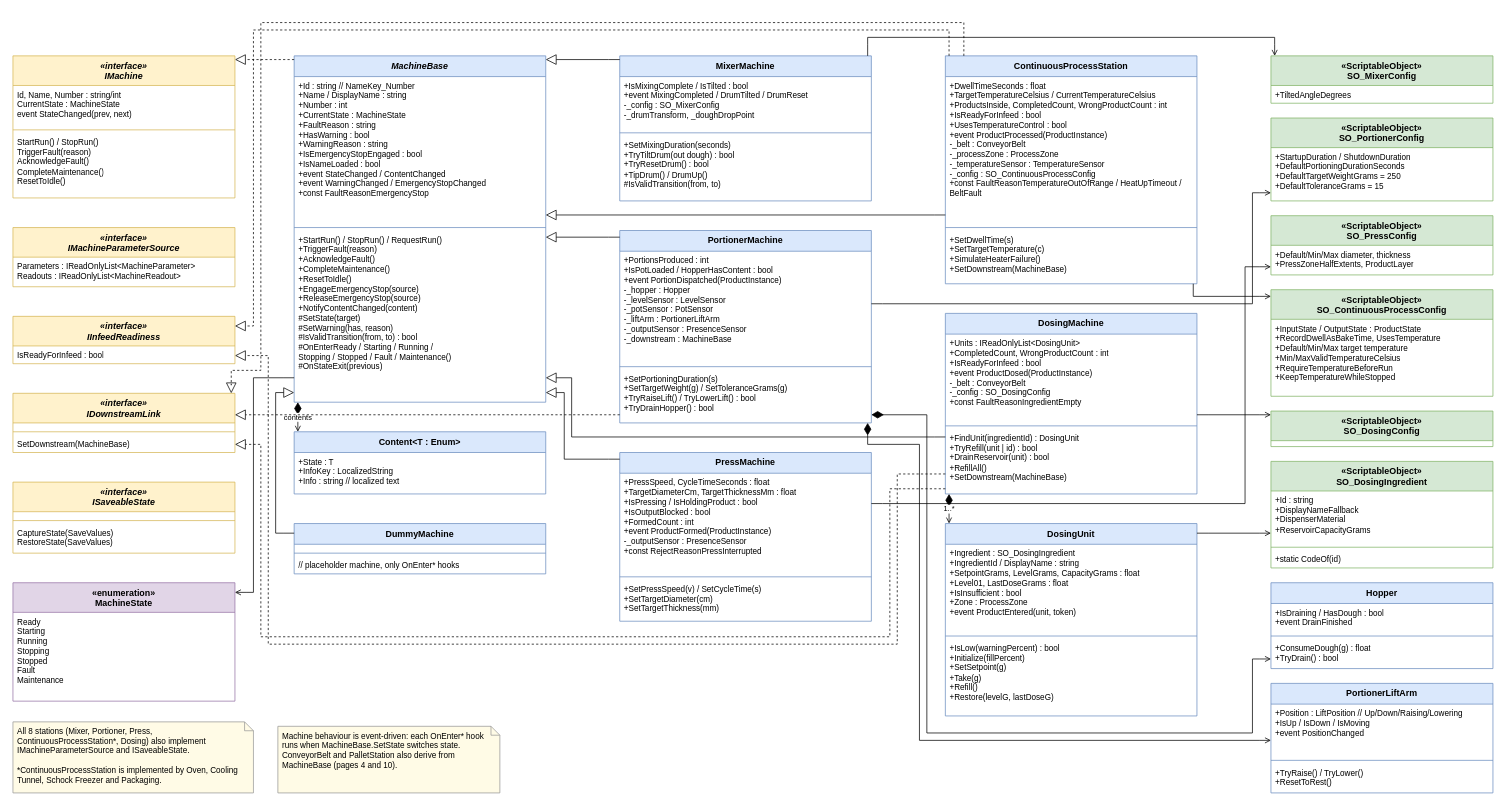
Earlier version of the draw.io diagram page "3 Machines" (3 of 11) of Docs/UML/FPS-UML.drawio (letusgetLogic/food-production-simulator). Source tidied: cells renumbered, new cells numbered last; positions are measured from the earlier drawing's top-left corner, leaving out a move shared by most shapes. Both pictures are drawn from the tidied source at 74%, with x=0, y=0 at pixel (13, 22).
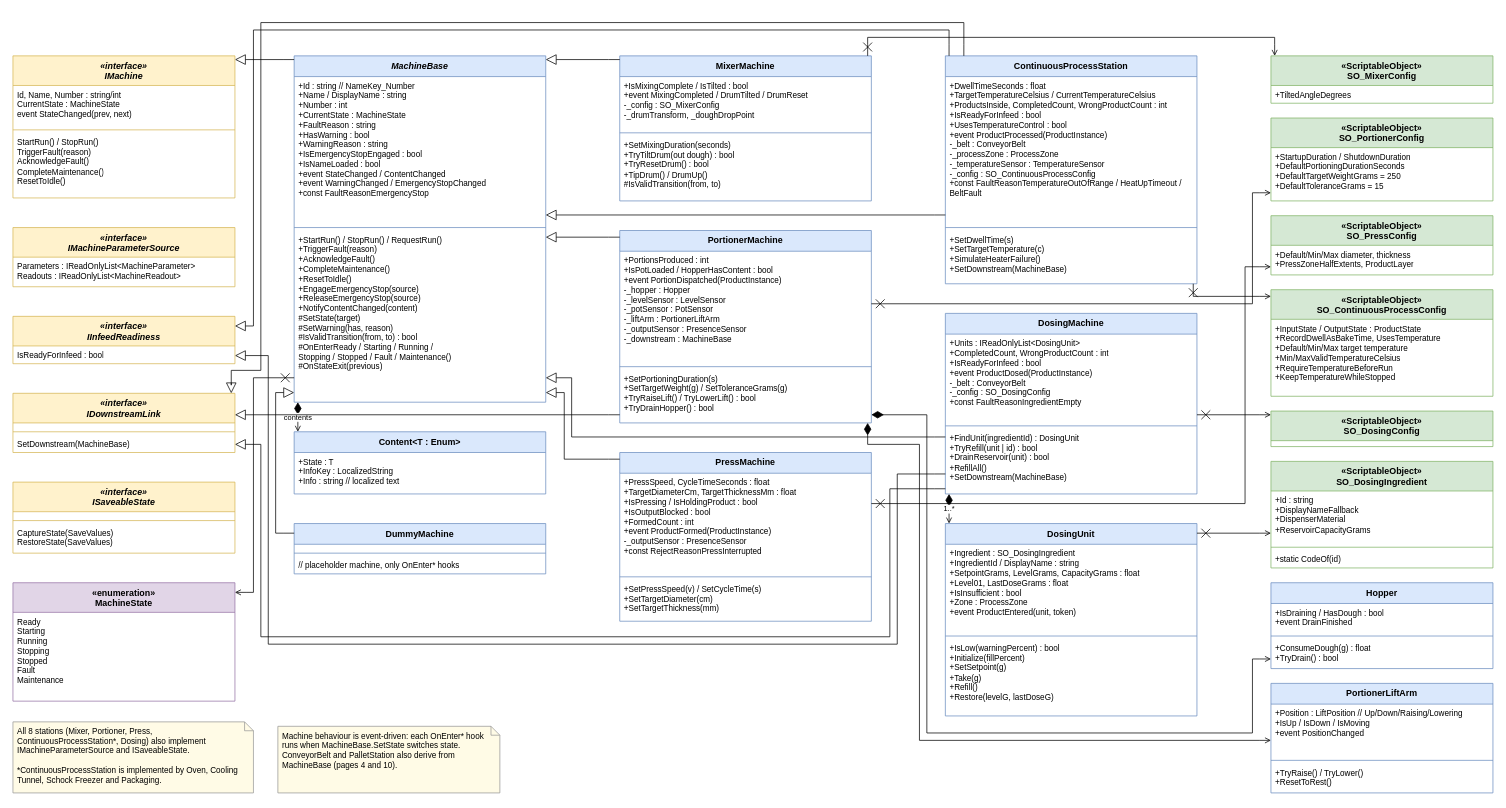
The same diagram, later.

Unchanged cells that the change refers to:
```xml
<mxCell id="2" value="«interface»&lt;br&gt;IMachine" style="swimlane;fontStyle=3;align=center;verticalAlign=top;horizontal=1;startSize=40;whiteSpace=wrap;html=1;fillColor=#fff2cc;strokeColor=#d6b656;" parent="1" vertex="1">
  <mxGeometry y="45" width="300" height="192" as="geometry" />
</mxCell>
<mxCell id="8" value="«interface»&lt;br&gt;IInfeedReadiness" style="swimlane;fontStyle=3;align=center;verticalAlign=top;horizontal=1;startSize=40;whiteSpace=wrap;html=1;fillColor=#fff2cc;strokeColor=#d6b656;" parent="1" vertex="1">
  <mxGeometry y="397" width="300" height="64" as="geometry" />
</mxCell>
<mxCell id="10" value="«interface»&lt;br&gt;IDownstreamLink" style="swimlane;fontStyle=3;align=center;verticalAlign=top;horizontal=1;startSize=40;whiteSpace=wrap;html=1;fillColor=#fff2cc;strokeColor=#d6b656;" parent="1" vertex="1">
  <mxGeometry y="501" width="300" height="80" as="geometry" />
</mxCell>
<mxCell id="18" value="«enumeration»&lt;br&gt;MachineState" style="swimlane;fontStyle=1;align=center;verticalAlign=top;horizontal=1;startSize=40;whiteSpace=wrap;html=1;fillColor=#e1d5e7;strokeColor=#9673a6;" parent="1" vertex="1">
  <mxGeometry y="757" width="300" height="160" as="geometry" />
</mxCell>
<mxCell id="20" value="MachineBase" style="swimlane;fontStyle=3;align=center;verticalAlign=top;horizontal=1;startSize=28;whiteSpace=wrap;html=1;fillColor=#dae8fc;strokeColor=#6c8ebf;" parent="1" vertex="1">
  <mxGeometry x="380" y="45" width="340" height="468" as="geometry" />
</mxCell>
<mxCell id="30" value="MixerMachine" style="swimlane;fontStyle=1;align=center;verticalAlign=top;horizontal=1;startSize=28;whiteSpace=wrap;html=1;fillColor=#dae8fc;strokeColor=#6c8ebf;" parent="1" vertex="1">
  <mxGeometry x="820" y="45" width="340" height="196" as="geometry" />
</mxCell>
<mxCell id="34" value="PortionerMachine" style="swimlane;fontStyle=1;align=center;verticalAlign=top;horizontal=1;startSize=28;whiteSpace=wrap;html=1;fillColor=#dae8fc;strokeColor=#6c8ebf;" parent="1" vertex="1">
  <mxGeometry x="820" y="281" width="340" height="260" as="geometry" />
</mxCell>
<mxCell id="38" value="PressMachine" style="swimlane;fontStyle=1;align=center;verticalAlign=top;horizontal=1;startSize=28;whiteSpace=wrap;html=1;fillColor=#dae8fc;strokeColor=#6c8ebf;" parent="1" vertex="1">
  <mxGeometry x="820" y="581" width="340" height="228" as="geometry" />
</mxCell>
<mxCell id="42" value="ContinuousProcessStation" style="swimlane;fontStyle=1;align=center;verticalAlign=top;horizontal=1;startSize=28;whiteSpace=wrap;html=1;fillColor=#dae8fc;strokeColor=#6c8ebf;" parent="1" vertex="1">
  <mxGeometry x="1260" y="45" width="340" height="308" as="geometry" />
</mxCell>
<mxCell id="46" value="DosingMachine" style="swimlane;fontStyle=1;align=center;verticalAlign=top;horizontal=1;startSize=28;whiteSpace=wrap;html=1;fillColor=#dae8fc;strokeColor=#6c8ebf;" parent="1" vertex="1">
  <mxGeometry x="1260" y="393" width="340" height="244" as="geometry" />
</mxCell>
<mxCell id="50" value="DosingUnit" style="swimlane;fontStyle=1;align=center;verticalAlign=top;horizontal=1;startSize=28;whiteSpace=wrap;html=1;fillColor=#dae8fc;strokeColor=#6c8ebf;" parent="1" vertex="1">
  <mxGeometry x="1260" y="677" width="340" height="260" as="geometry" />
</mxCell>
<mxCell id="54" value="«ScriptableObject»&lt;br&gt;SO_MixerConfig" style="swimlane;fontStyle=1;align=center;verticalAlign=top;horizontal=1;startSize=40;whiteSpace=wrap;html=1;fillColor=#d5e8d4;strokeColor=#82b366;" parent="1" vertex="1">
  <mxGeometry x="1700" y="45" width="300" height="64" as="geometry" />
</mxCell>
<mxCell id="56" value="«ScriptableObject»&lt;br&gt;SO_PortionerConfig" style="swimlane;fontStyle=1;align=center;verticalAlign=top;horizontal=1;startSize=40;whiteSpace=wrap;html=1;fillColor=#d5e8d4;strokeColor=#82b366;" parent="1" vertex="1">
  <mxGeometry x="1700" y="129" width="300" height="112" as="geometry" />
</mxCell>
<mxCell id="58" value="«ScriptableObject»&lt;br&gt;SO_PressConfig" style="swimlane;fontStyle=1;align=center;verticalAlign=top;horizontal=1;startSize=40;whiteSpace=wrap;html=1;fillColor=#d5e8d4;strokeColor=#82b366;" parent="1" vertex="1">
  <mxGeometry x="1700" y="261" width="300" height="80" as="geometry" />
</mxCell>
<mxCell id="60" value="«ScriptableObject»&lt;br&gt;SO_ContinuousProcessConfig" style="swimlane;fontStyle=1;align=center;verticalAlign=top;horizontal=1;startSize=40;whiteSpace=wrap;html=1;fillColor=#d5e8d4;strokeColor=#82b366;" parent="1" vertex="1">
  <mxGeometry x="1700" y="361" width="300" height="144" as="geometry" />
</mxCell>
<mxCell id="62" value="«ScriptableObject»&lt;br&gt;SO_DosingConfig" style="swimlane;fontStyle=1;align=center;verticalAlign=top;horizontal=1;startSize=40;whiteSpace=wrap;html=1;fillColor=#d5e8d4;strokeColor=#82b366;" parent="1" vertex="1">
  <mxGeometry x="1700" y="525" width="300" height="48" as="geometry" />
</mxCell>
<mxCell id="64" value="«ScriptableObject»&lt;br&gt;SO_DosingIngredient" style="swimlane;fontStyle=1;align=center;verticalAlign=top;horizontal=1;startSize=40;whiteSpace=wrap;html=1;fillColor=#d5e8d4;strokeColor=#82b366;" parent="1" vertex="1">
  <mxGeometry x="1700" y="593" width="300" height="144" as="geometry" />
</mxCell>
```

What changed in the source:
```diff
@@
-    <mxCell id="81" style="html=1;rounded=0;fontSize=10;labelBackgroundColor=#ffffff;edgeStyle=none;endArrow=open;endFill=0;exitX=1.0000;exitY=0.5615;exitDx=0;exitDy=0;entryX=0.0000;entryY=0.1042;entryDx=0;entryDy=0;" parent="1" edge="1" source="46" target="62">
+    <mxCell id="81" style="html=1;rounded=0;fontSize=10;labelBackgroundColor=#ffffff;edgeStyle=none;endArrow=open;endFill=0;exitX=1.0000;exitY=0.5615;exitDx=0;exitDy=0;entryX=0.0000;entryY=0.1042;entryDx=0;entryDy=0;startArrow=cross;startSize=10;startFill=0;" parent="1" edge="1" source="46" target="62">
       <mxGeometry relative="1" as="geometry">
         <Array as="points">
           <mxPoint x="1615" y="530" />
           <mxPoint x="1685" y="530" />
         </Array>
       </mxGeometry>
     </mxCell>
-    <mxCell id="82" style="html=1;rounded=0;fontSize=10;labelBackgroundColor=#ffffff;edgeStyle=none;endArrow=block;endFill=0;endSize=12;dashed=1;exitX=0.0000;exitY=0.0107;exitDx=0;exitDy=0;entryX=1.0000;entryY=0.0260;entryDx=0;entryDy=0;" parent="1" edge="1" source="20" target="2">
+    <mxCell id="82" style="html=1;rounded=0;fontSize=10;labelBackgroundColor=#ffffff;edgeStyle=none;endArrow=block;endFill=0;endSize=12;exitX=0.0000;exitY=0.0107;exitDx=0;exitDy=0;entryX=1.0000;entryY=0.0260;entryDx=0;entryDy=0;" parent="1" edge="1" source="20" target="2">
       <mxGeometry relative="1" as="geometry">
         <Array as="points">
           <mxPoint x="365" y="50" />
           <mxPoint x="315" y="50" />
         </Array>
       </mxGeometry>
     </mxCell>
-    <mxCell id="83" style="html=1;rounded=0;fontSize=10;labelBackgroundColor=#ffffff;edgeStyle=none;endArrow=open;endFill=0;exitX=1.0000;exitY=0.0500;exitDx=0;exitDy=0;entryX=0.0000;entryY=0.6736;entryDx=0;entryDy=0;" parent="1" edge="1" source="50" target="64">
+    <mxCell id="83" style="html=1;rounded=0;fontSize=10;labelBackgroundColor=#ffffff;edgeStyle=none;endArrow=open;endFill=0;exitX=1.0000;exitY=0.0500;exitDx=0;exitDy=0;entryX=0.0000;entryY=0.6736;entryDx=0;entryDy=0;startArrow=cross;startSize=10;startFill=0;" parent="1" edge="1" source="50" target="64">
       <mxGeometry relative="1" as="geometry">
         <Array as="points">
           <mxPoint x="1615" y="690" />
           <mxPoint x="1685" y="690" />
         </Array>
       </mxGeometry>
     </mxCell>
@@
-    <mxCell id="86" style="html=1;rounded=0;fontSize=10;labelBackgroundColor=#ffffff;edgeStyle=none;endArrow=open;endFill=0;exitX=0.9853;exitY=1.0000;exitDx=0;exitDy=0;entryX=0.0000;entryY=0.0625;entryDx=0;entryDy=0;" parent="1" edge="1" source="42" target="60">
+    <mxCell id="86" style="html=1;rounded=0;fontSize=10;labelBackgroundColor=#ffffff;edgeStyle=none;endArrow=open;endFill=0;exitX=0.9853;exitY=1.0000;exitDx=0;exitDy=0;entryX=0.0000;entryY=0.0625;entryDx=0;entryDy=0;startArrow=cross;startSize=10;startFill=0;" parent="1" edge="1" source="42" target="60">
       <mxGeometry relative="1" as="geometry">
         <Array as="points">
           <mxPoint x="1595" y="370" />
           <mxPoint x="1685" y="370" />
         </Array>
       </mxGeometry>
     </mxCell>
@@
-    <mxCell id="88" style="html=1;rounded=0;fontSize=10;labelBackgroundColor=#ffffff;edgeStyle=none;endArrow=open;endFill=0;exitX=0.9853;exitY=0.0000;exitDx=0;exitDy=0;entryX=0.0167;entryY=0.0000;entryDx=0;entryDy=0;" parent="1" edge="1" source="30" target="54">
+    <mxCell id="88" style="html=1;rounded=0;fontSize=10;labelBackgroundColor=#ffffff;edgeStyle=none;endArrow=open;endFill=0;exitX=0.9853;exitY=0.0000;exitDx=0;exitDy=0;entryX=0.0167;entryY=0.0000;entryDx=0;entryDy=0;startArrow=cross;startSize=10;startFill=0;" parent="1" edge="1" source="30" target="54">
       <mxGeometry relative="1" as="geometry">
         <Array as="points">
           <mxPoint x="1155" y="30" />
           <mxPoint x="1155" y="20" />
           <mxPoint x="1705" y="20" />
           <mxPoint x="1705" y="30" />
         </Array>
       </mxGeometry>
     </mxCell>
-    <mxCell id="89" style="html=1;rounded=0;fontSize=10;labelBackgroundColor=#ffffff;edgeStyle=none;endArrow=open;endFill=0;exitX=0.0000;exitY=0.9295;exitDx=0;exitDy=0;entryX=1.0000;entryY=0.0813;entryDx=0;entryDy=0;" parent="1" edge="1" source="20" target="18">
+    <mxCell id="89" style="html=1;rounded=0;fontSize=10;labelBackgroundColor=#ffffff;edgeStyle=none;endArrow=open;endFill=0;exitX=0.0000;exitY=0.9295;exitDx=0;exitDy=0;entryX=1.0000;entryY=0.0813;entryDx=0;entryDy=0;startArrow=cross;startSize=10;startFill=0;" parent="1" edge="1" source="20" target="18">
       <mxGeometry relative="1" as="geometry">
         <Array as="points">
           <mxPoint x="365" y="480" />
           <mxPoint x="325" y="480" />
           <mxPoint x="325" y="770" />
           <mxPoint x="315" y="770" />
         </Array>
       </mxGeometry>
     </mxCell>
@@
-    <mxCell id="91" style="html=1;rounded=0;fontSize=10;labelBackgroundColor=#ffffff;edgeStyle=none;endArrow=block;endFill=0;endSize=12;dashed=1;exitX=0.0000;exitY=0.9577;exitDx=0;exitDy=0;entryX=1.0000;entryY=0.3625;entryDx=0;entryDy=0;" parent="1" edge="1" source="34" target="10">
+    <mxCell id="91" style="html=1;rounded=0;fontSize=10;labelBackgroundColor=#ffffff;edgeStyle=none;endArrow=block;endFill=0;endSize=12;exitX=0.0000;exitY=0.9577;exitDx=0;exitDy=0;entryX=1.0000;entryY=0.3625;entryDx=0;entryDy=0;" parent="1" edge="1" source="34" target="10">
       <mxGeometry relative="1" as="geometry">
         <Array as="points">
           <mxPoint x="805" y="530" />
           <mxPoint x="315" y="530" />
         </Array>
       </mxGeometry>
     </mxCell>
-    <mxCell id="92" style="html=1;rounded=0;fontSize=10;labelBackgroundColor=#ffffff;edgeStyle=none;endArrow=open;endFill=0;exitX=1.0000;exitY=0.3808;exitDx=0;exitDy=0;entryX=0.0000;entryY=0.9018;entryDx=0;entryDy=0;" parent="1" edge="1" source="34" target="56">
+    <mxCell id="92" style="html=1;rounded=0;fontSize=10;labelBackgroundColor=#ffffff;edgeStyle=none;endArrow=open;endFill=0;exitX=1.0000;exitY=0.3808;exitDx=0;exitDy=0;entryX=0.0000;entryY=0.9018;entryDx=0;entryDy=0;startArrow=cross;startSize=10;startFill=0;" parent="1" edge="1" source="34" target="56">
       <mxGeometry relative="1" as="geometry">
         <Array as="points">
           <mxPoint x="1175" y="380" />
           <mxPoint x="1675" y="380" />
           <mxPoint x="1675" y="230" />
           <mxPoint x="1685" y="230" />
         </Array>
       </mxGeometry>
     </mxCell>
@@
-    <mxCell id="94" style="html=1;rounded=0;fontSize=10;labelBackgroundColor=#ffffff;edgeStyle=none;endArrow=open;endFill=0;exitX=1.0000;exitY=0.3026;exitDx=0;exitDy=0;entryX=0.0000;entryY=0.8625;entryDx=0;entryDy=0;" parent="1" edge="1" source="38" target="58">
+    <mxCell id="94" style="html=1;rounded=0;fontSize=10;labelBackgroundColor=#ffffff;edgeStyle=none;endArrow=open;endFill=0;exitX=1.0000;exitY=0.3026;exitDx=0;exitDy=0;entryX=0.0000;entryY=0.8625;entryDx=0;entryDy=0;startArrow=cross;startSize=10;startFill=0;" parent="1" edge="1" source="38" target="58">
       <mxGeometry relative="1" as="geometry">
         <Array as="points">
           <mxPoint x="1175" y="650" />
           <mxPoint x="1665" y="650" />
           <mxPoint x="1665" y="330" />
           <mxPoint x="1685" y="330" />
         </Array>
       </mxGeometry>
     </mxCell>
@@
-    <mxCell id="96" style="html=1;rounded=0;fontSize=10;labelBackgroundColor=#ffffff;edgeStyle=none;endArrow=block;endFill=0;endSize=12;dashed=1;exitX=0.0000;exitY=0.9713;exitDx=0;exitDy=0;entryX=1.0000;entryY=0.8625;entryDx=0;entryDy=0;" parent="1" edge="1" source="46" target="10">
+    <mxCell id="96" style="html=1;rounded=0;fontSize=10;labelBackgroundColor=#ffffff;edgeStyle=none;endArrow=block;endFill=0;endSize=12;exitX=0.0000;exitY=0.9713;exitDx=0;exitDy=0;entryX=1.0000;entryY=0.8625;entryDx=0;entryDy=0;" parent="1" edge="1" source="46" target="10">
       <mxGeometry relative="1" as="geometry">
         <Array as="points">
           <mxPoint x="1245" y="630" />
           <mxPoint x="1185" y="630" />
           <mxPoint x="1185" y="830" />
           <mxPoint x="335" y="830" />
           <mxPoint x="335" y="570" />
           <mxPoint x="315" y="570" />
         </Array>
       </mxGeometry>
     </mxCell>
-    <mxCell id="97" style="html=1;rounded=0;fontSize=10;labelBackgroundColor=#ffffff;edgeStyle=none;endArrow=block;endFill=0;endSize=12;dashed=1;exitX=0.0000;exitY=0.8893;exitDx=0;exitDy=0;entryX=1.0000;entryY=0.8281;entryDx=0;entryDy=0;" parent="1" edge="1" source="46" target="8">
+    <mxCell id="97" style="html=1;rounded=0;fontSize=10;labelBackgroundColor=#ffffff;edgeStyle=none;endArrow=block;endFill=0;endSize=12;exitX=0.0000;exitY=0.8893;exitDx=0;exitDy=0;entryX=1.0000;entryY=0.8281;entryDx=0;entryDy=0;" parent="1" edge="1" source="46" target="8">
       <mxGeometry relative="1" as="geometry">
         <Array as="points">
           <mxPoint x="1245" y="610" />
           <mxPoint x="1195" y="610" />
           <mxPoint x="1195" y="840" />
           <mxPoint x="345" y="840" />
           <mxPoint x="345" y="450" />
           <mxPoint x="315" y="450" />
         </Array>
       </mxGeometry>
     </mxCell>
@@
-    <mxCell id="99" style="html=1;rounded=0;fontSize=10;labelBackgroundColor=#ffffff;edgeStyle=none;endArrow=block;endFill=0;endSize=12;dashed=1;exitX=0.0147;exitY=0.0000;exitDx=0;exitDy=0;entryX=1.0000;entryY=0.2031;entryDx=0;entryDy=0;" parent="1" edge="1" source="42" target="8">
+    <mxCell id="99" style="html=1;rounded=0;fontSize=10;labelBackgroundColor=#ffffff;edgeStyle=none;endArrow=block;endFill=0;endSize=12;exitX=0.0147;exitY=0.0000;exitDx=0;exitDy=0;entryX=1.0000;entryY=0.2031;entryDx=0;entryDy=0;" parent="1" edge="1" source="42" target="8">
       <mxGeometry relative="1" as="geometry">
         <Array as="points">
           <mxPoint x="1265" y="30" />
           <mxPoint x="1265" y="10" />
           <mxPoint x="325" y="10" />
           <mxPoint x="325" y="410" />
           <mxPoint x="315" y="410" />
         </Array>
       </mxGeometry>
     </mxCell>
-    <mxCell id="100" style="html=1;rounded=0;fontSize=10;labelBackgroundColor=#ffffff;edgeStyle=none;endArrow=block;endFill=0;endSize=12;dashed=1;exitX=0.0735;exitY=0.0000;exitDx=0;exitDy=0;entryX=0.9833;entryY=0.0000;entryDx=0;entryDy=0;" parent="1" edge="1" source="42" target="10">
+    <mxCell id="100" style="html=1;rounded=0;fontSize=10;labelBackgroundColor=#ffffff;edgeStyle=none;endArrow=block;endFill=0;endSize=12;exitX=0.0735;exitY=0.0000;exitDx=0;exitDy=0;entryX=0.9833;entryY=0.0000;entryDx=0;entryDy=0;" parent="1" edge="1" source="42" target="10">
       <mxGeometry relative="1" as="geometry">
         <Array as="points">
           <mxPoint x="1285" y="30" />
           <mxPoint x="1285" />
           <mxPoint x="335" />
           <mxPoint x="335" y="470" />
           <mxPoint x="295" y="470" />
           <mxPoint x="295" y="490" />
         </Array>
       </mxGeometry>
     </mxCell>
```
